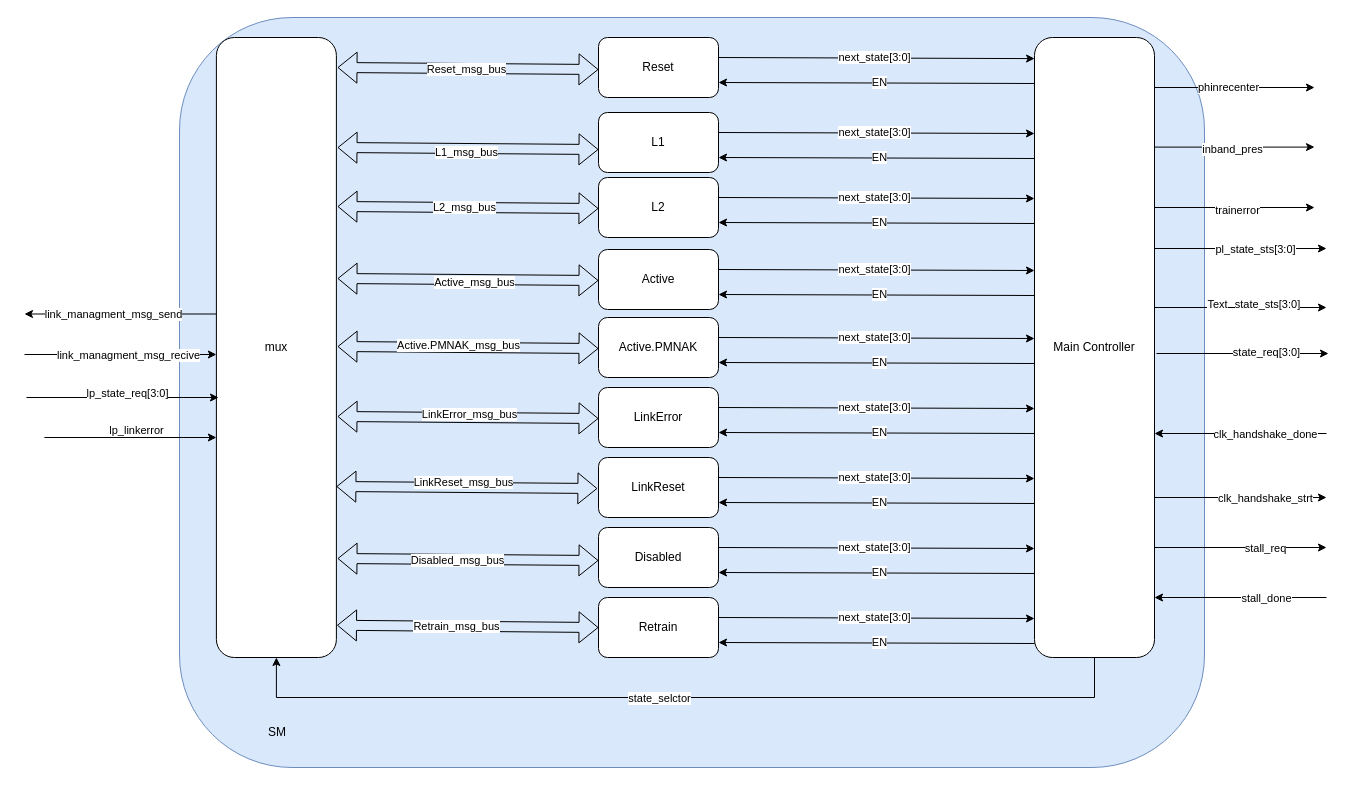
The draw.io diagram page "SM" (10 of 11) of docs/SM/RDI_SM/RDI SM.drawio in AbdallahMoSalah/UCIe-3.0-PHY-layer, before the edit. Source tidied: cells renumbered, new cells numbered last; positions are measured from the earlier drawing's top-left corner, leaving out a move shared by most shapes. Both pictures are drawn from the tidied source at 100%, with x=0, y=0 at pixel (24, 17).
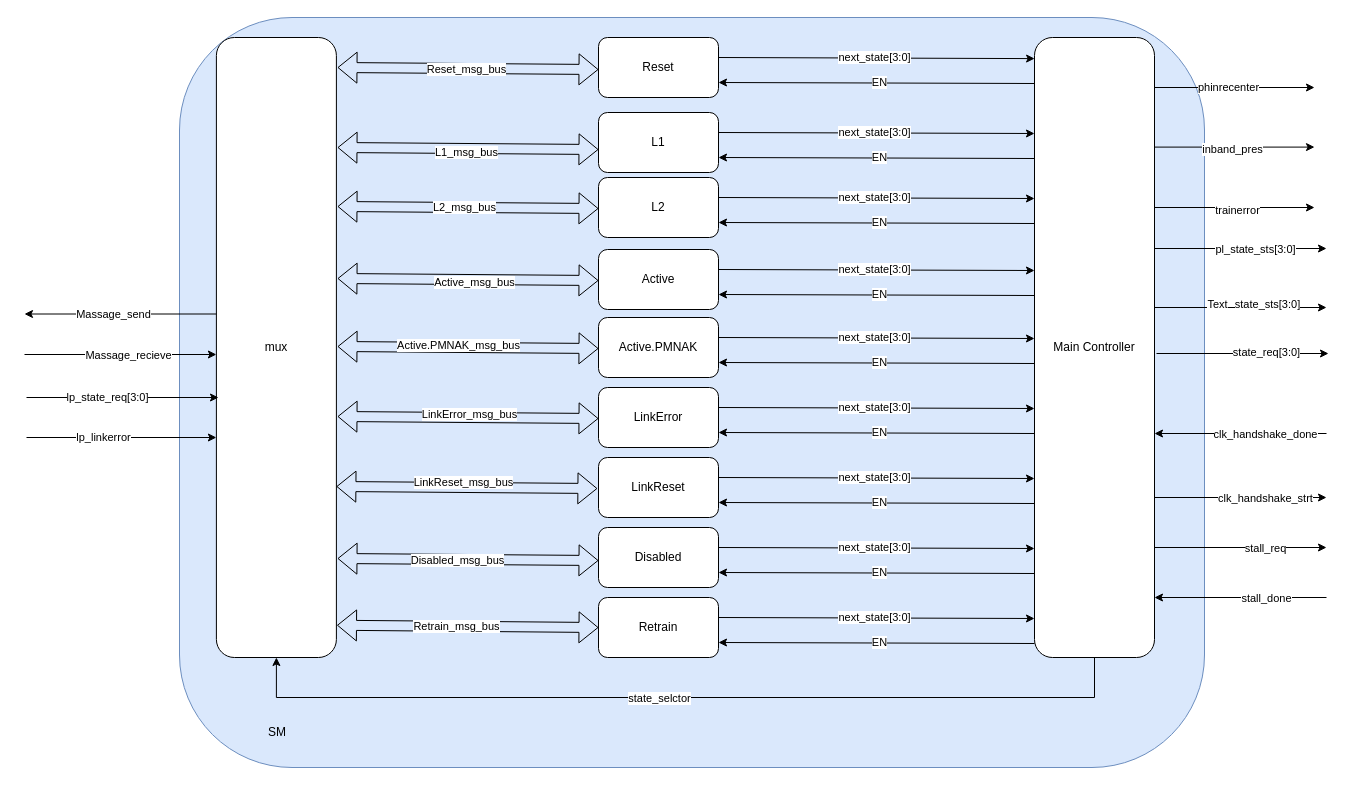
Above is the later version.

Unchanged cells that the change refers to:
```xml
<mxCell id="58" style="endArrow=classic;html=1;rounded=0;" parent="1" edge="1">
  <mxGeometry relative="1" as="geometry">
    <mxPoint x="191.9" y="296.5" as="sourcePoint" />
    <mxPoint y="296.5" as="targetPoint" />
  </mxGeometry>
</mxCell>
<mxCell id="78" style="endArrow=classic;html=1;rounded=0;" parent="1" edge="1">
  <mxGeometry relative="1" as="geometry">
    <mxPoint y="337" as="sourcePoint" />
    <mxPoint x="191.9" y="337" as="targetPoint" />
  </mxGeometry>
</mxCell>
<mxCell id="96" style="endArrow=classic;html=1;rounded=0;" parent="1" edge="1">
  <mxGeometry relative="1" as="geometry">
    <mxPoint x="2" y="380" as="sourcePoint" />
    <mxPoint x="194" y="380" as="targetPoint" />
  </mxGeometry>
</mxCell>
```

Diff of the diagram source:
```diff
@@
-    <mxCell id="59" value="link_managment_msg_send" style="edgeLabel;html=1;align=center;verticalAlign=middle;" parent="58" vertex="1">
+    <mxCell id="59" value="Massage_send" style="edgeLabel;html=1;align=center;verticalAlign=middle;" parent="58" vertex="1">
       <mxGeometry x="0.07" relative="1" as="geometry" />
     </mxCell>
@@
-    <mxCell id="79" value="link_managment_msg_recive" style="edgeLabel;html=1;align=center;verticalAlign=middle;" parent="78" vertex="1">
+    <mxCell id="79" value="Massage_recieve" style="edgeLabel;html=1;align=center;verticalAlign=middle;" parent="78" vertex="1">
       <mxGeometry x="0.07" relative="1" as="geometry" />
     </mxCell>
@@
     <mxCell id="97" value="lp_state_req[3:0]" style="edgeLabel;html=1;align=center;verticalAlign=middle;" parent="96" vertex="1">
       <mxGeometry y="4" relative="1" as="geometry">
-        <mxPoint x="4" y="-1" as="offset" />
+        <mxPoint x="-16" y="3" as="offset" />
       </mxGeometry>
     </mxCell>
     <mxCell id="98" style="endArrow=classic;html=1;rounded=0;" parent="1" edge="1">
       <mxGeometry relative="1" as="geometry">
-        <mxPoint x="19.9" y="420" as="sourcePoint" />
+        <mxPoint x="2" y="420" as="sourcePoint" />
         <mxPoint x="191.9" y="420" as="targetPoint" />
       </mxGeometry>
     </mxCell>
     <mxCell id="99" value="lp_linkerror" style="edgeLabel;html=1;align=center;verticalAlign=middle;" parent="98" vertex="1">
       <mxGeometry x="0.22" y="4" relative="1" as="geometry">
-        <mxPoint x="-13" y="-4" as="offset" />
+        <mxPoint x="-40" y="3" as="offset" />
       </mxGeometry>
     </mxCell>
```
